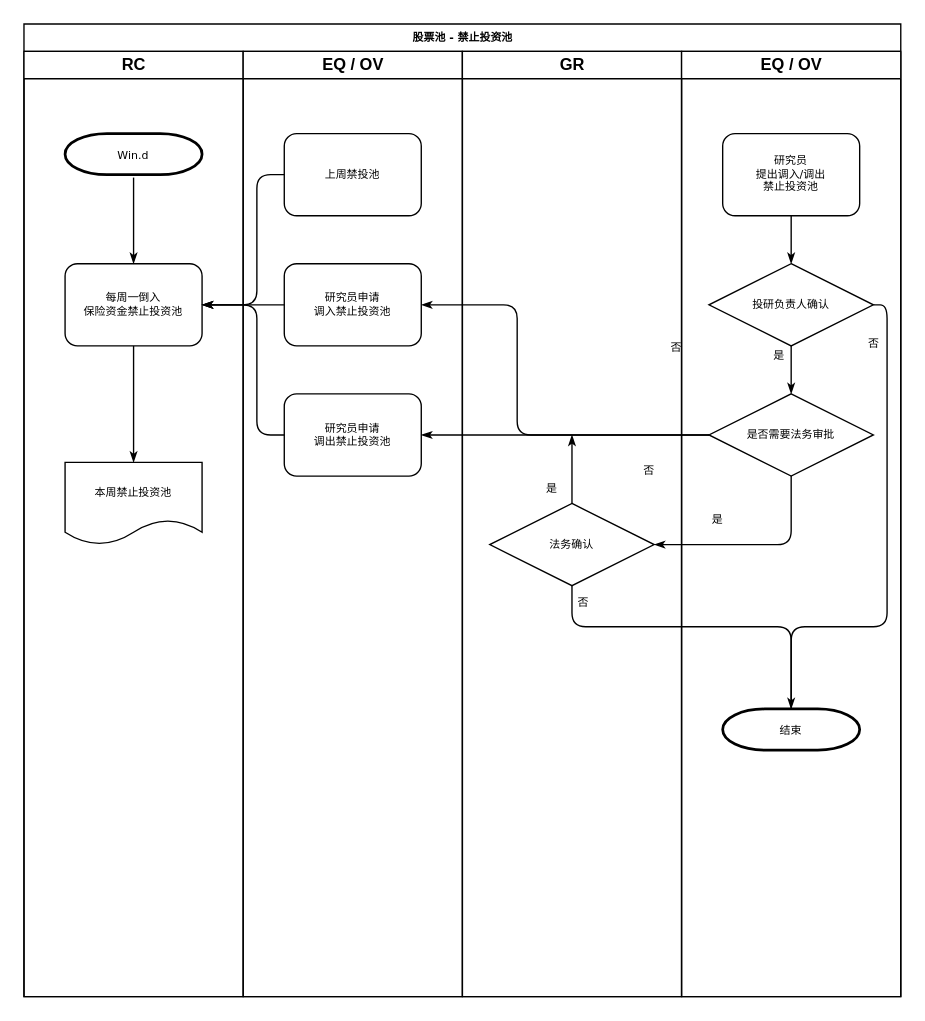
Above: Untitled Diagram.drawio in kemmiylee/gc-amc.com (draw.io), before the change. Source tidied: cells renumbered, new cells numbered last; positions are measured from the earlier drawing's top-left corner, leaving out a move shared by most shapes. Both pictures are drawn from the tidied source at 137%, with x=0, y=0 at pixel (23, 23).
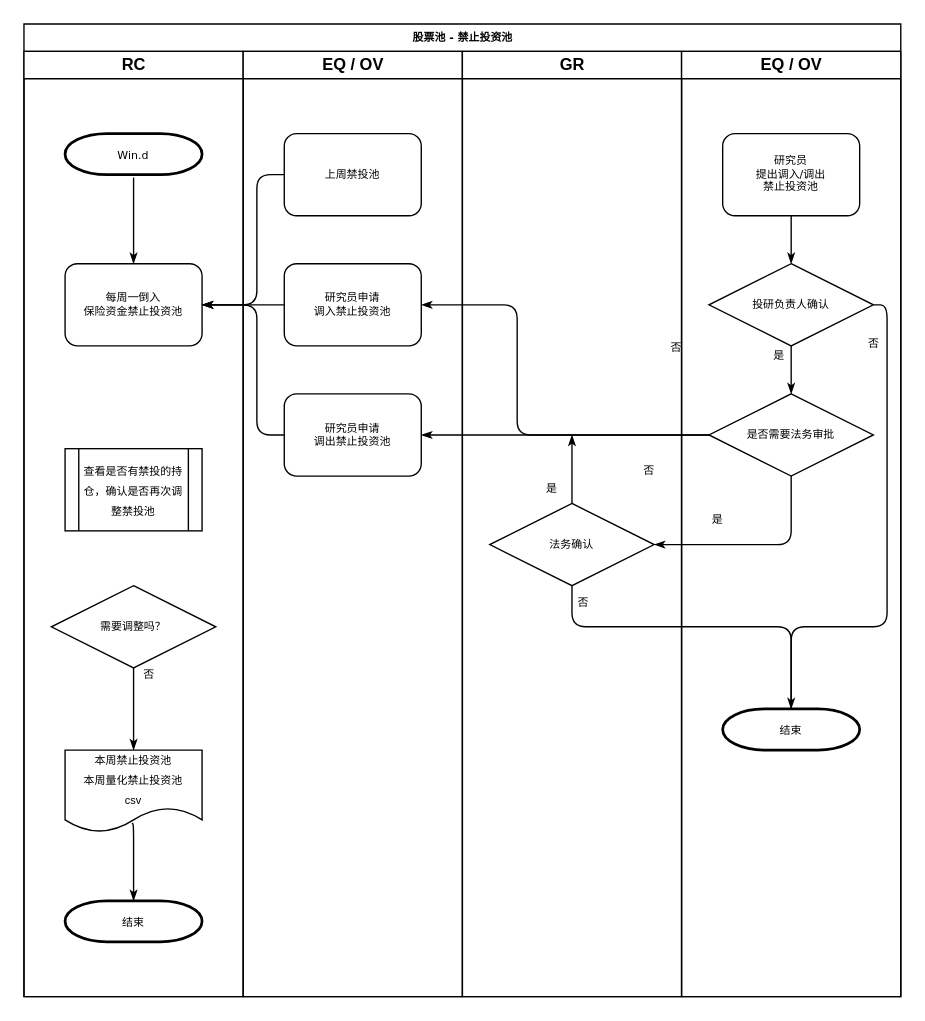
The same diagram, later.

The change refers to these unchanged cells:
```xml
<mxCell id="6" value="RC" style="swimlane;html=1;startSize=20;" parent="2" vertex="1">
  <mxGeometry y="20" width="160" height="690" as="geometry" />
</mxCell>
<mxCell id="7" value="每周一倒入&lt;br&gt;保险资金禁止投资池" style="rounded=1;whiteSpace=wrap;html=1;shadow=0;labelBackgroundColor=none;strokeWidth=1;fontFamily=Verdana;fontSize=8;align=center;" parent="6" vertex="1">
  <mxGeometry x="30" y="155" width="100" height="60" as="geometry" />
</mxCell>
```

What changed in the source:
```diff
@@
+    <mxCell id="37" value="&lt;font style=&quot;font-size: 8px&quot;&gt;结束&lt;/font&gt;" style="strokeWidth=2;html=1;shape=mxgraph.flowchart.terminator;whiteSpace=wrap;" parent="6" vertex="1">
+      <mxGeometry x="30" y="620" width="100" height="30" as="geometry" />
+    </mxCell>
+    <mxCell id="38" value="&lt;font style=&quot;font-size: 8px&quot;&gt;查看是否有禁投的持仓，确认是否再次调整禁投池&lt;/font&gt;" style="shape=process;whiteSpace=wrap;html=1;backgroundOutline=1;" parent="6" vertex="1">
+      <mxGeometry x="30" y="290" width="100" height="60" as="geometry" />
+    </mxCell>
@@
-    <mxCell id="9" style="edgeStyle=orthogonalEdgeStyle;rounded=1;html=1;labelBackgroundColor=none;startArrow=none;startFill=0;startSize=5;endArrow=classicThin;endFill=1;endSize=5;jettySize=auto;strokeWidth=1;fontFamily=Verdana;fontSize=8;exitX=0.5;exitY=1;exitDx=0;exitDy=0;entryX=0.5;entryY=0;entryDx=0;entryDy=0;" parent="6" edge="1" source="7" target="11">
-      <mxGeometry relative="1" as="geometry" />
-    </mxCell>
@@
+    <mxCell id="39" value="需要调整吗？" style="rhombus;whiteSpace=wrap;html=1;rounded=0;shadow=0;labelBackgroundColor=none;strokeWidth=1;fontFamily=Verdana;fontSize=8;align=center;" parent="6" vertex="1">
+      <mxGeometry x="20" y="390" width="120" height="60" as="geometry" />
+    </mxCell>
+    <mxCell id="40" style="edgeStyle=orthogonalEdgeStyle;rounded=1;html=1;labelBackgroundColor=none;startArrow=none;startFill=0;startSize=5;endArrow=classicThin;endFill=1;endSize=5;jettySize=auto;strokeWidth=1;fontFamily=Verdana;fontSize=8;exitX=0.5;exitY=1;exitDx=0;exitDy=0;entryX=0.5;entryY=0;entryDx=0;entryDy=0;" parent="6" edge="1" source="39" target="11">
+      <mxGeometry relative="1" as="geometry">
+        <Array as="points">
+          <mxPoint x="80" y="470" />
+          <mxPoint x="80" y="470" />
+        </Array>
+      </mxGeometry>
+    </mxCell>
+    <mxCell id="41" value="&lt;font style=&quot;font-size: 8px&quot;&gt;否&lt;/font&gt;" style="edgeLabel;html=1;align=center;verticalAlign=middle;" parent="40" vertex="1">
+      <mxGeometry x="-0.74" y="15" relative="1" as="geometry">
+        <mxPoint x="-5" y="-5" as="offset" />
+      </mxGeometry>
+    </mxCell>
-    <mxCell id="11" value="&lt;font style=&quot;font-size: 8px&quot;&gt;本周禁止投资池&lt;/font&gt;" style="shape=document;whiteSpace=wrap;html=1;boundedLbl=1;" parent="6" vertex="1">
-      <mxGeometry x="30" y="300" width="100" height="60" as="geometry" />
+    <mxCell id="11" value="&lt;font style=&quot;font-size: 8px&quot;&gt;本周禁止投资池&lt;br&gt;本周量化禁止投资池&lt;br&gt;csv&lt;br&gt;&lt;/font&gt;" style="shape=document;whiteSpace=wrap;html=1;boundedLbl=1;" parent="6" vertex="1">
+      <mxGeometry x="30" y="510" width="100" height="60" as="geometry" />
     </mxCell>
+    <mxCell id="42" style="edgeStyle=orthogonalEdgeStyle;rounded=1;html=1;labelBackgroundColor=none;startArrow=none;startFill=0;startSize=5;endArrow=classicThin;endFill=1;endSize=5;jettySize=auto;strokeWidth=1;fontFamily=Verdana;fontSize=8;exitX=0.487;exitY=0.894;exitDx=0;exitDy=0;entryX=0.5;entryY=0;entryDx=0;entryDy=0;entryPerimeter=0;exitPerimeter=0;" parent="6" edge="1" source="11" target="37">
+      <mxGeometry relative="1" as="geometry">
+        <Array as="points">
+          <mxPoint x="80" y="564" />
+        </Array>
+      </mxGeometry>
+    </mxCell>
```
